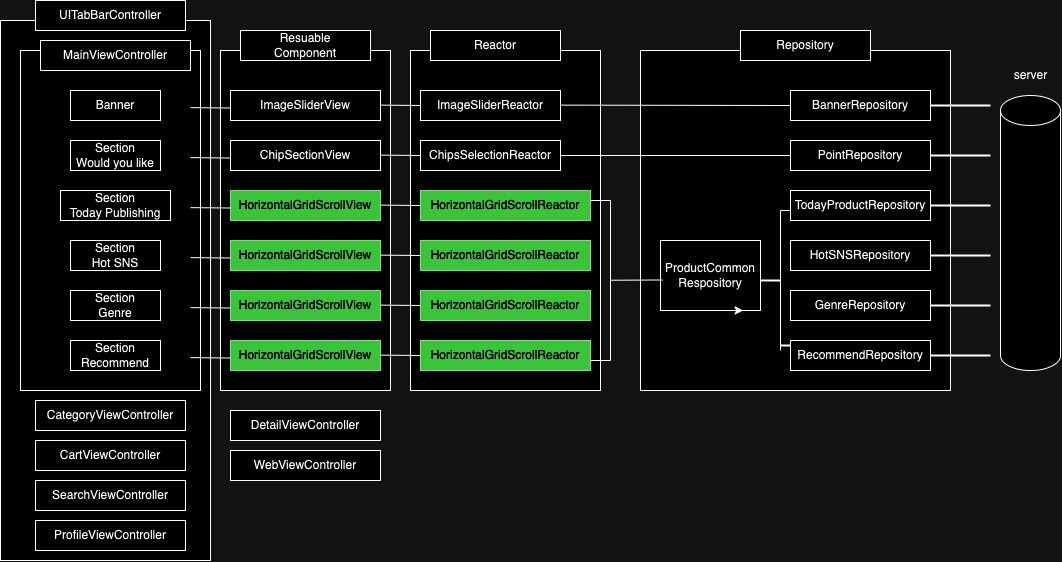
Above: ios_codebased_ui_reactorkit.drawio.png in CodingBot000/iOS_UIKit_CodeBased_ReactorKit (draw.io), before the change. Source tidied: cells renumbered, new cells last; positions are measured from the earlier drawing's top-left corner, leaving out a move shared by most shapes.
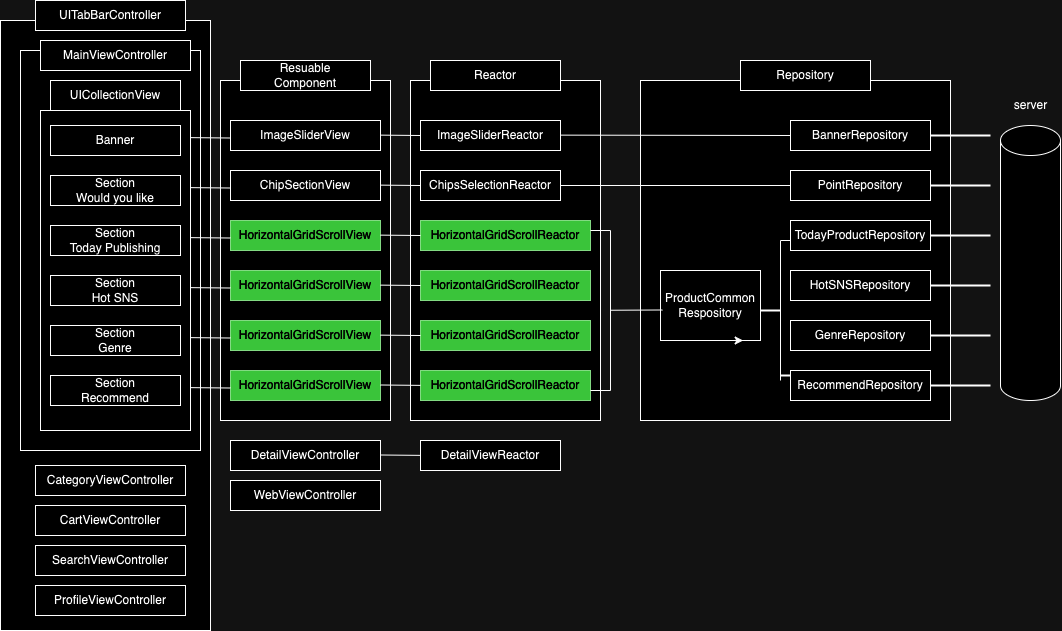
The same diagram one commit later.

Commit message:
refactoring Main UICollectionView

Change to the diagram source:
```diff
@@ -3,7 +3,7 @@
     <mxCell id="0" />
     <mxCell id="1" parent="0" />
     <mxCell id="2" style="rounded=0;whiteSpace=wrap;html=1;" parent="1" vertex="1">
-      <mxGeometry y="20" width="210" height="540" as="geometry" />
+      <mxGeometry y="-10" width="210" height="610" as="geometry" />
     </mxCell>
     <mxCell id="3" style="rounded=0;whiteSpace=wrap;html=1;" parent="1" vertex="1">
       <mxGeometry x="640" y="50" width="310" height="340" as="geometry" />
@@ -15,10 +15,10 @@
       <mxGeometry x="220" y="50" width="170" height="340" as="geometry" />
     </mxCell>
     <mxCell id="6" style="rounded=0;whiteSpace=wrap;html=1;" parent="1" vertex="1">
-      <mxGeometry x="20" y="50" width="180" height="340" as="geometry" />
+      <mxGeometry x="20" y="20" width="180" height="400" as="geometry" />
     </mxCell>
     <mxCell id="7" value="MainViewController" style="whiteSpace=wrap;html=1;" parent="1" vertex="1">
-      <mxGeometry x="40" y="40" width="150" height="30" as="geometry" />
+      <mxGeometry x="40" y="10" width="150" height="30" as="geometry" />
     </mxCell>
     <mxCell id="8" value="ImageSliderView" style="whiteSpace=wrap;html=1;" parent="1" vertex="1">
       <mxGeometry x="230" y="90" width="150" height="30" as="geometry" />
@@ -48,22 +48,22 @@
       <mxGeometry x="790" y="190" width="140" height="30" as="geometry" />
     </mxCell>
     <mxCell id="17" value="Banner" style="whiteSpace=wrap;html=1;" parent="1" vertex="1">
-      <mxGeometry x="70" y="90" width="90" height="30" as="geometry" />
+      <mxGeometry x="50" y="95" width="130" height="30" as="geometry" />
     </mxCell>
     <mxCell id="18" value="&lt;div&gt;Section&lt;/div&gt;Would you like" style="whiteSpace=wrap;html=1;" parent="1" vertex="1">
-      <mxGeometry x="70" y="140" width="90" height="30" as="geometry" />
+      <mxGeometry x="50" y="145" width="130" height="30" as="geometry" />
     </mxCell>
     <mxCell id="19" value="Section&lt;div&gt;Today Publishing&lt;/div&gt;" style="whiteSpace=wrap;html=1;" parent="1" vertex="1">
-      <mxGeometry x="60" y="190" width="110" height="30" as="geometry" />
+      <mxGeometry x="50" y="195" width="130" height="30" as="geometry" />
     </mxCell>
     <mxCell id="20" value="Section&lt;div&gt;Hot SNS&lt;/div&gt;" style="whiteSpace=wrap;html=1;" parent="1" vertex="1">
-      <mxGeometry x="70" y="240" width="90" height="30" as="geometry" />
+      <mxGeometry x="50" y="245" width="130" height="30" as="geometry" />
     </mxCell>
     <mxCell id="21" value="Section&lt;div&gt;Genre&lt;/div&gt;" style="whiteSpace=wrap;html=1;" parent="1" vertex="1">
-      <mxGeometry x="70" y="290" width="90" height="30" as="geometry" />
+      <mxGeometry x="50" y="295" width="130" height="30" as="geometry" />
     </mxCell>
     <mxCell id="22" value="Section&lt;div&gt;Recommend&lt;br&gt;&lt;/div&gt;" style="whiteSpace=wrap;html=1;" parent="1" vertex="1">
-      <mxGeometry x="70" y="340" width="90" height="30" as="geometry" />
+      <mxGeometry x="50" y="345" width="130" height="30" as="geometry" />
     </mxCell>
     <mxCell id="23" value="HorizontalGridScrollView" style="whiteSpace=wrap;html=1;fillColor=#008a00;fontColor=#ffffff;strokeColor=#005700;" parent="1" vertex="1">
       <mxGeometry x="230" y="240" width="150" height="30" as="geometry" />
@@ -167,8 +167,8 @@
     </mxCell>
     <mxCell id="49" style="endArrow=none;html=1;rounded=0;exitX=1;exitY=0.5;exitDx=0;exitDy=0;" parent="1" edge="1">
       <mxGeometry relative="1" as="geometry">
-        <mxPoint x="380" y="354.6" as="sourcePoint" />
-        <mxPoint x="420" y="355" as="targetPoint" />
+        <mxPoint x="380" y="354.5" as="sourcePoint" />
+        <mxPoint x="420" y="354.9" as="targetPoint" />
       </mxGeometry>
     </mxCell>
     <mxCell id="50" style="endArrow=none;html=1;rounded=0;exitX=1;exitY=0.5;exitDx=0;exitDy=0;" parent="1" edge="1">
@@ -235,19 +235,19 @@
       <mxGeometry x="930" y="350" width="60" height="10" as="geometry" />
     </mxCell>
     <mxCell id="65" value="UITabBarController" style="whiteSpace=wrap;html=1;" parent="1" vertex="1">
-      <mxGeometry x="35" width="150" height="30" as="geometry" />
+      <mxGeometry x="35" y="-30" width="150" height="30" as="geometry" />
     </mxCell>
     <mxCell id="66" value="CategoryViewController" style="whiteSpace=wrap;html=1;" parent="1" vertex="1">
-      <mxGeometry x="35" y="400" width="150" height="30" as="geometry" />
+      <mxGeometry x="35" y="435" width="150" height="30" as="geometry" />
     </mxCell>
     <mxCell id="67" value="CartViewController" style="whiteSpace=wrap;html=1;" parent="1" vertex="1">
-      <mxGeometry x="35" y="440" width="150" height="30" as="geometry" />
+      <mxGeometry x="35" y="475" width="150" height="30" as="geometry" />
     </mxCell>
     <mxCell id="68" value="SearchViewController" style="whiteSpace=wrap;html=1;" parent="1" vertex="1">
-      <mxGeometry x="35" y="480" width="150" height="30" as="geometry" />
+      <mxGeometry x="35" y="515" width="150" height="30" as="geometry" />
     </mxCell>
     <mxCell id="69" value="ProfileViewController" style="whiteSpace=wrap;html=1;" parent="1" vertex="1">
-      <mxGeometry x="35" y="520" width="150" height="30" as="geometry" />
+      <mxGeometry x="35" y="555" width="150" height="30" as="geometry" />
     </mxCell>
     <mxCell id="70" value="DetailViewController" style="whiteSpace=wrap;html=1;" parent="1" vertex="1">
       <mxGeometry x="230" y="410" width="150" height="30" as="geometry" />
@@ -255,5 +255,20 @@
     <mxCell id="71" value="WebViewController" style="whiteSpace=wrap;html=1;" parent="1" vertex="1">
       <mxGeometry x="230" y="450" width="150" height="30" as="geometry" />
     </mxCell>
+    <mxCell id="72" value="DetailViewReactor" style="whiteSpace=wrap;html=1;" parent="1" vertex="1">
+      <mxGeometry x="420" y="410" width="140" height="30" as="geometry" />
+    </mxCell>
+    <mxCell id="73" style="endArrow=none;html=1;rounded=0;exitX=1;exitY=0.5;exitDx=0;exitDy=0;" parent="1" edge="1">
+      <mxGeometry relative="1" as="geometry">
+        <mxPoint x="380" y="424.5" as="sourcePoint" />
+        <mxPoint x="420" y="424.9" as="targetPoint" />
+      </mxGeometry>
+    </mxCell>
+    <mxCell id="74" value="UICollectionView&lt;div&gt;&lt;/div&gt;" style="whiteSpace=wrap;html=1;" parent="1" vertex="1">
+      <mxGeometry x="50" y="50" width="130" height="30" as="geometry" />
+    </mxCell>
+    <mxCell id="75" style="rounded=0;whiteSpace=wrap;html=1;fillColor=none;" parent="1" vertex="1">
+      <mxGeometry x="40" y="80" width="150" height="320" as="geometry" />
+    </mxCell>
   </root>
 </mxGraphModel>
```
